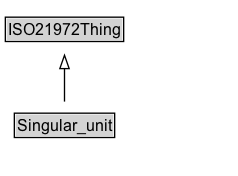
The Graphviz diagram docs/diagrams/Singular_unit.dot.png in ISO-TC204/ontology-i72-v1, before a commit. Its source is kept beside it as docs/diagrams/Singular_unit.dot.
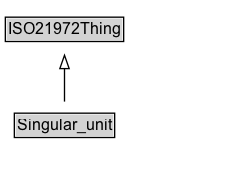
The same diagram one commit later.

Change to the diagram source:
```diff
@@ -3,13 +3,16 @@
 	node [fontname=Arial fontsize=12 margin=0 shape=none]
 	edge [fontname=Arial fontsize=11]
 	{
+		rank=source
+		ISO21972Thing [label=<<TABLE BORDER="1" CELLBORDER="0" CELLSPACING="0" CELLPADDING="1"><TR><TD BGCOLOR="lightgray" ALIGN="CENTER">ISO21972Thing</TD></TR></TABLE>> URL="../ISO21972Thing" margin=0]
+	}
+	Singular_unit [label=<<TABLE BORDER="1" CELLBORDER="0" CELLSPACING="0" CELLPADDING="1"><TR><TD BGCOLOR="lightgray" ALIGN="CENTER">Singular_unit</TD></TR></TABLE>> URL="../Singular_unit" margin=0]
+	{
 		rank=max
-		Singular_unit [label=<<TABLE BORDER="1" CELLBORDER="0" CELLSPACING="0" CELLPADDING="1"><TR><TD BGCOLOR="lightgray" ALIGN="CENTER" PORT="e">Singular_unit</TD></TR></TABLE>> URL="../Singular_unit.md" margin=0]
 	}
 	subgraph cluster_associated {
 		label="" style=invis
 		Invis [label=<<TABLE BORDER="0" CELLBORDER="0" CELLSPACING="0" CELLPADDING="1"><TR><TD></TD></TR></TABLE>> margin=0 style=invis]
 	}
-	ISO21972Thing [label=<<TABLE BORDER="1" CELLBORDER="0" CELLSPACING="0" CELLPADDING="1"><TR><TD BGCOLOR="lightgray" ALIGN="CENTER">ISO21972Thing</TD></TR></TABLE>> URL="../ISO21972Thing.md" margin=0]
 	Singular_unit -> ISO21972Thing [arrowhead=onormal style=solid]
 }
```
